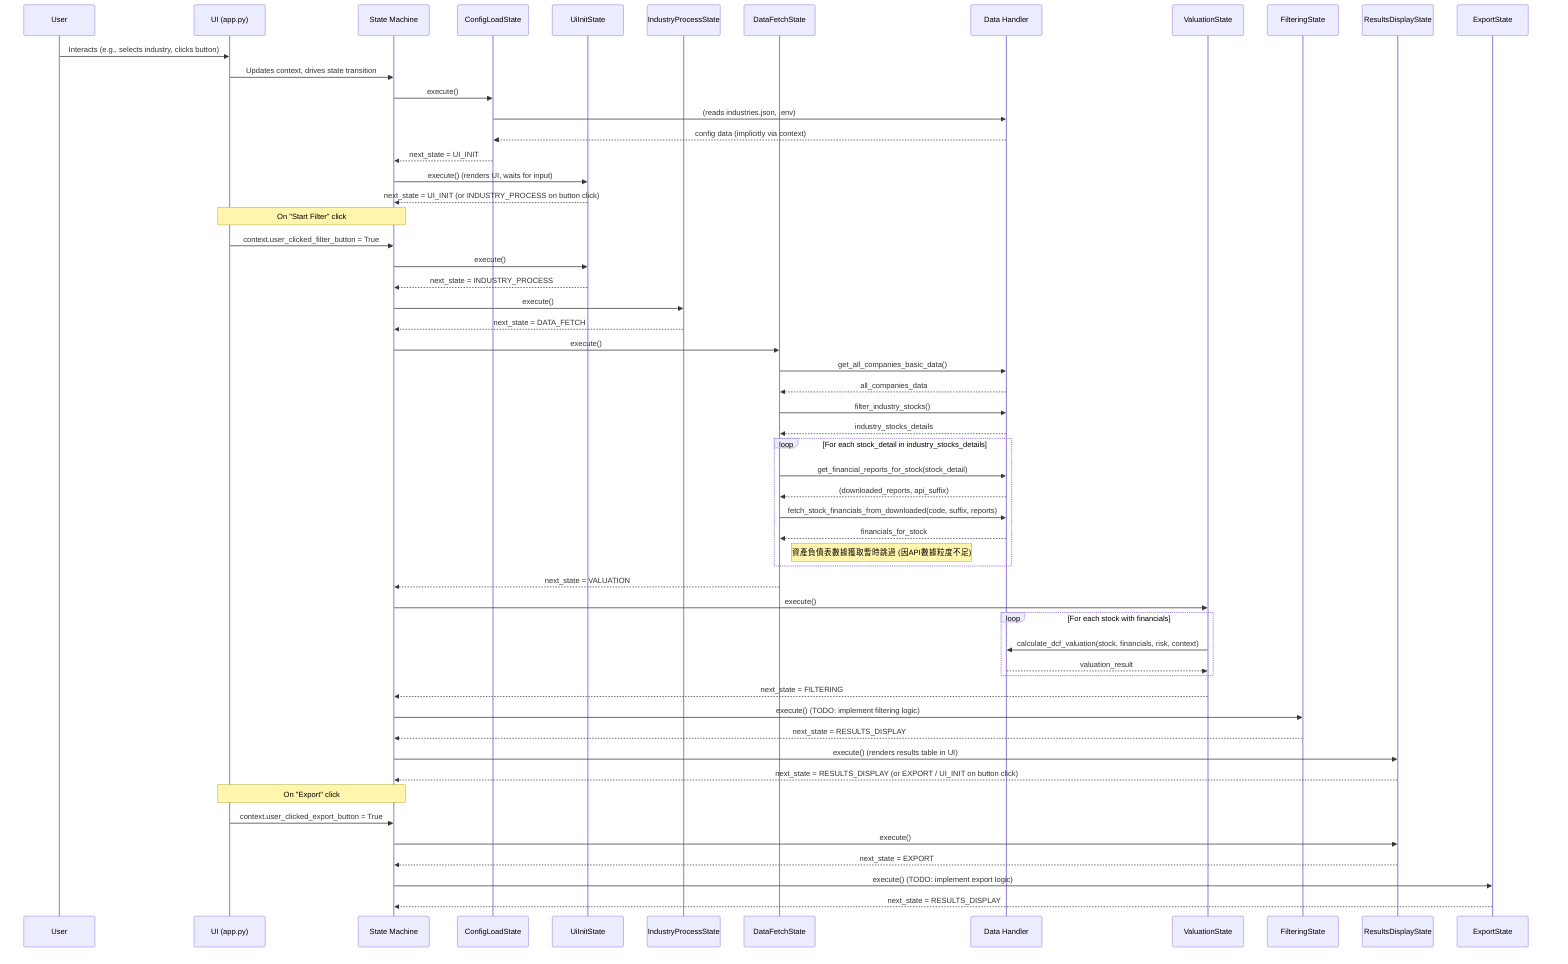
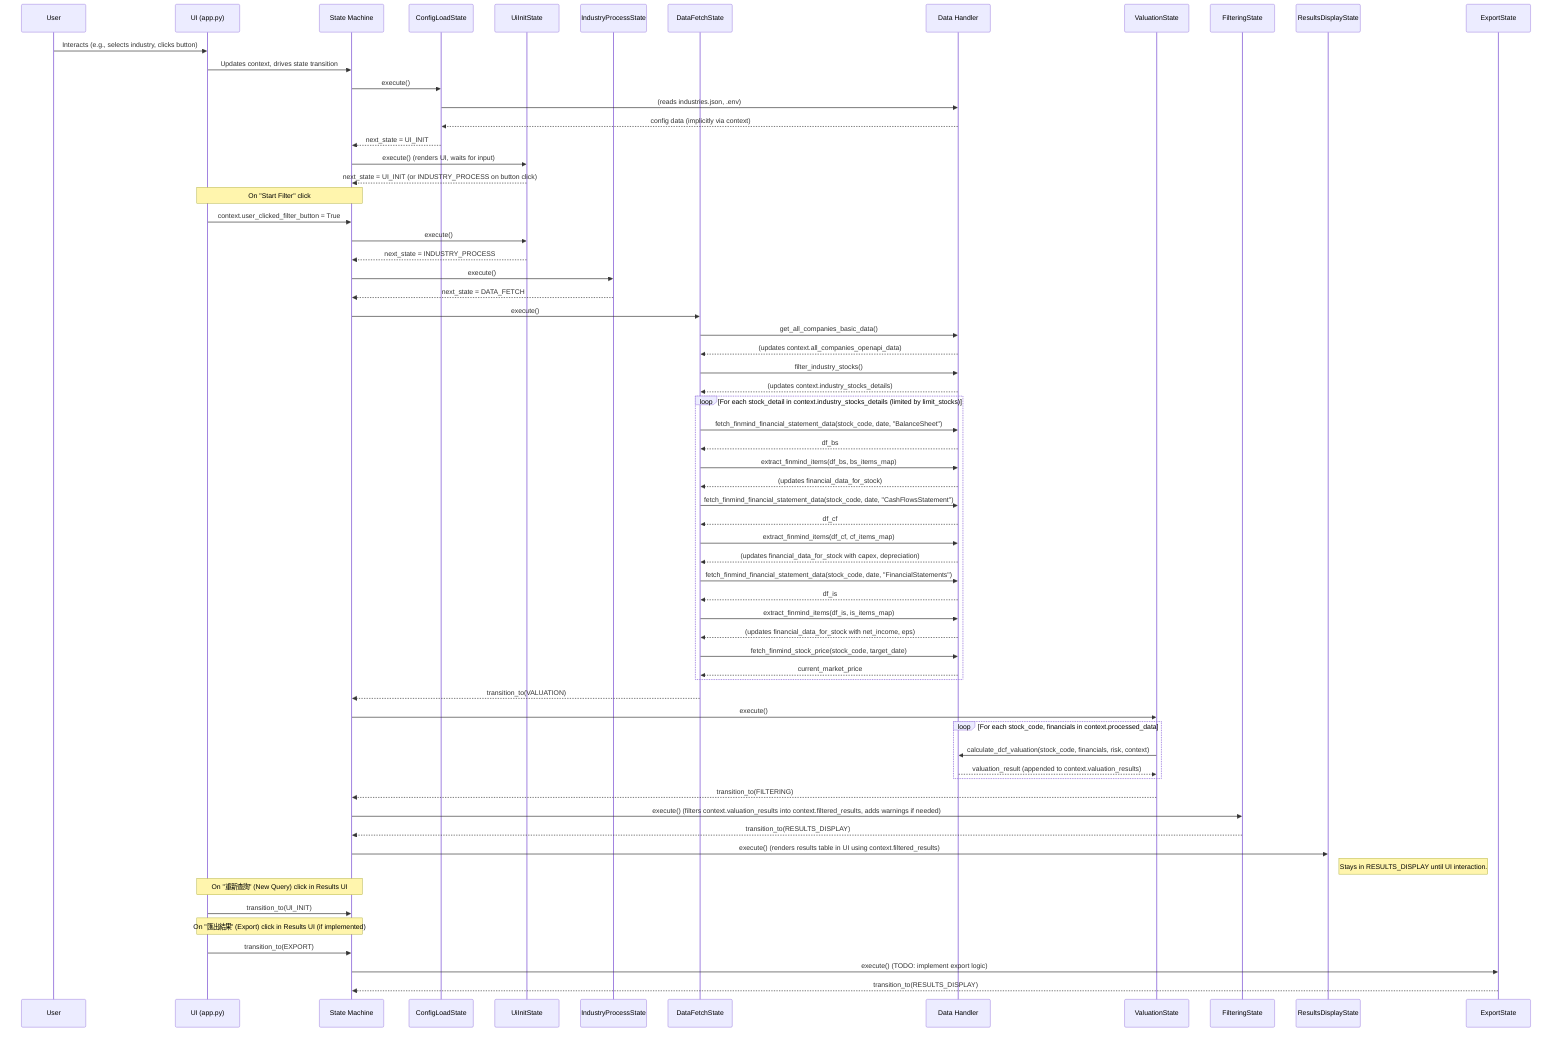
sequenceDiagram
    participant User
    participant StreamlitApp as UI (app.py)
    participant JoJoStateMachine as State Machine
    participant ConfigLoadState
    participant UiInitState
    participant IndustryProcessState
    participant DataFetchState
    participant DataHandlerModule as Data Handler
    participant ValuationState
    participant FilteringState
    participant ResultsDisplayState
    participant ExportState

    User->>StreamlitApp: Interacts (e.g., selects industry, clicks button)
    StreamlitApp->>JoJoStateMachine: Updates context, drives state transition

    JoJoStateMachine->>ConfigLoadState: execute()
    ConfigLoadState->>DataHandlerModule: (reads industries.json, .env)
    DataHandlerModule-->>ConfigLoadState: config data (implicitly via context)
    ConfigLoadState-->>JoJoStateMachine: next_state = UI_INIT

    JoJoStateMachine->>UiInitState: execute() (renders UI, waits for input)
    UiInitState-->>JoJoStateMachine: next_state = UI_INIT (or INDUSTRY_PROCESS on button click)

    Note over StreamlitApp, JoJoStateMachine: On "Start Filter" click
    StreamlitApp->>JoJoStateMachine: context.user_clicked_filter_button = True
    JoJoStateMachine->>UiInitState: execute()
    UiInitState-->>JoJoStateMachine: next_state = INDUSTRY_PROCESS

    JoJoStateMachine->>IndustryProcessState: execute()
    IndustryProcessState-->>JoJoStateMachine: next_state = DATA_FETCH

    JoJoStateMachine->>DataFetchState: execute()
    DataFetchState->>DataHandlerModule: get_all_companies_basic_data()
-     DataHandlerModule-->>DataFetchState: all_companies_data
+     DataHandlerModule-->>DataFetchState: (updates context.all_companies_openapi_data)
    DataFetchState->>DataHandlerModule: filter_industry_stocks()
-     DataHandlerModule-->>DataFetchState: industry_stocks_details
-     loop For each stock_detail in industry_stocks_details
-         DataFetchState->>DataHandlerModule: get_financial_reports_for_stock(stock_detail)
-         DataHandlerModule-->>DataFetchState: (downloaded_reports, api_suffix)
-         DataFetchState->>DataHandlerModule: fetch_stock_financials_from_downloaded(code, suffix, reports)
-         DataHandlerModule-->>DataFetchState: financials_for_stock
-         Note right of DataFetchState: 資產負債表數據獲取暫時跳過 (因API數據粒度不足)
+     DataHandlerModule-->>DataFetchState: (updates context.industry_stocks_details)
+     loop For each stock_detail in context.industry_stocks_details (limited by limit_stocks)
+         DataFetchState->>DataHandlerModule: fetch_finmind_financial_statement_data(stock_code, date, "BalanceSheet")
+         DataHandlerModule-->>DataFetchState: df_bs
+         DataFetchState->>DataHandlerModule: extract_finmind_items(df_bs, bs_items_map)
+         DataHandlerModule-->>DataFetchState: (updates financial_data_for_stock)
+ 
+         DataFetchState->>DataHandlerModule: fetch_finmind_financial_statement_data(stock_code, date, "CashFlowsStatement")
+         DataHandlerModule-->>DataFetchState: df_cf
+         DataFetchState->>DataHandlerModule: extract_finmind_items(df_cf, cf_items_map)
+         DataHandlerModule-->>DataFetchState: (updates financial_data_for_stock with capex, depreciation)
+ 
+         DataFetchState->>DataHandlerModule: fetch_finmind_financial_statement_data(stock_code, date, "FinancialStatements")
+         DataHandlerModule-->>DataFetchState: df_is
+         DataFetchState->>DataHandlerModule: extract_finmind_items(df_is, is_items_map)
+         DataHandlerModule-->>DataFetchState: (updates financial_data_for_stock with net_income, eps)
+ 
+         DataFetchState->>DataHandlerModule: fetch_finmind_stock_price(stock_code, target_date)
+         DataHandlerModule-->>DataFetchState: current_market_price
    end
-     DataFetchState-->>JoJoStateMachine: next_state = VALUATION
+     DataFetchState-->>JoJoStateMachine: transition_to(VALUATION)

    JoJoStateMachine->>ValuationState: execute()
-     loop For each stock with financials
-         ValuationState->>DataHandlerModule: calculate_dcf_valuation(stock, financials, risk, context)
-         DataHandlerModule-->>ValuationState: valuation_result
+     loop For each stock_code, financials in context.processed_data
+         ValuationState->>DataHandlerModule: calculate_dcf_valuation(stock_code, financials, risk, context)
+         DataHandlerModule-->>ValuationState: valuation_result (appended to context.valuation_results)
    end
-     ValuationState-->>JoJoStateMachine: next_state = FILTERING
+     ValuationState-->>JoJoStateMachine: transition_to(FILTERING)

-     JoJoStateMachine->>FilteringState: execute() (TODO: implement filtering logic)
-     FilteringState-->>JoJoStateMachine: next_state = RESULTS_DISPLAY
+     JoJoStateMachine->>FilteringState: execute() (filters context.valuation_results into context.filtered_results, adds warnings if needed)
+     FilteringState-->>JoJoStateMachine: transition_to(RESULTS_DISPLAY)

-     JoJoStateMachine->>ResultsDisplayState: execute() (renders results table in UI)
-     ResultsDisplayState-->>JoJoStateMachine: next_state = RESULTS_DISPLAY (or EXPORT / UI_INIT on button click)
+     JoJoStateMachine->>ResultsDisplayState: execute() (renders results table in UI using context.filtered_results)
+     Note right of ResultsDisplayState: Stays in RESULTS_DISPLAY until UI interaction.

-     Note over StreamlitApp, JoJoStateMachine: On "Export" click
-     StreamlitApp->>JoJoStateMachine: context.user_clicked_export_button = True
-     JoJoStateMachine->>ResultsDisplayState: execute()
-     ResultsDisplayState-->>JoJoStateMachine: next_state = EXPORT
+     Note over StreamlitApp, JoJoStateMachine: On "重新查詢" (New Query) click in Results UI
+     StreamlitApp->>JoJoStateMachine: transition_to(UI_INIT)
+ 
+     Note over StreamlitApp, JoJoStateMachine: On "匯出結果" (Export) click in Results UI (if implemented)
+     StreamlitApp->>JoJoStateMachine: transition_to(EXPORT)

    JoJoStateMachine->>ExportState: execute() (TODO: implement export logic)
-     ExportState-->>JoJoStateMachine: next_state = RESULTS_DISPLAY
+     ExportState-->>JoJoStateMachine: transition_to(RESULTS_DISPLAY) # Or UI_INIT
